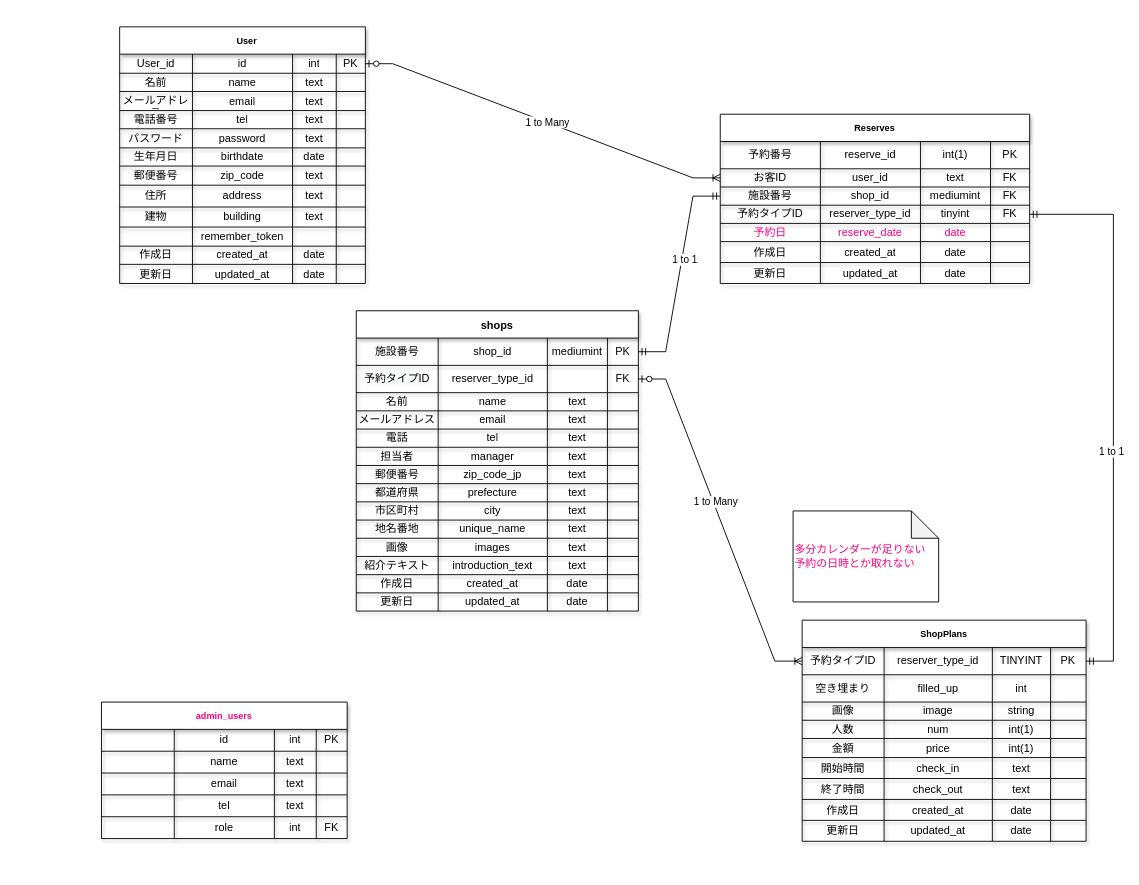
The draw.io diagram page "ER図" (1 of 2) of PlanFolder/施設予約サイトER図.drawio in yasukawa123/institution_search, before the edit. Source tidied: cells renumbered, new cells numbered last; positions are measured from the earlier drawing's top-left corner, leaving out a move shared by most shapes. Both pictures are drawn from the tidied source at 91%, with x=0, y=0 at pixel (101, 26).
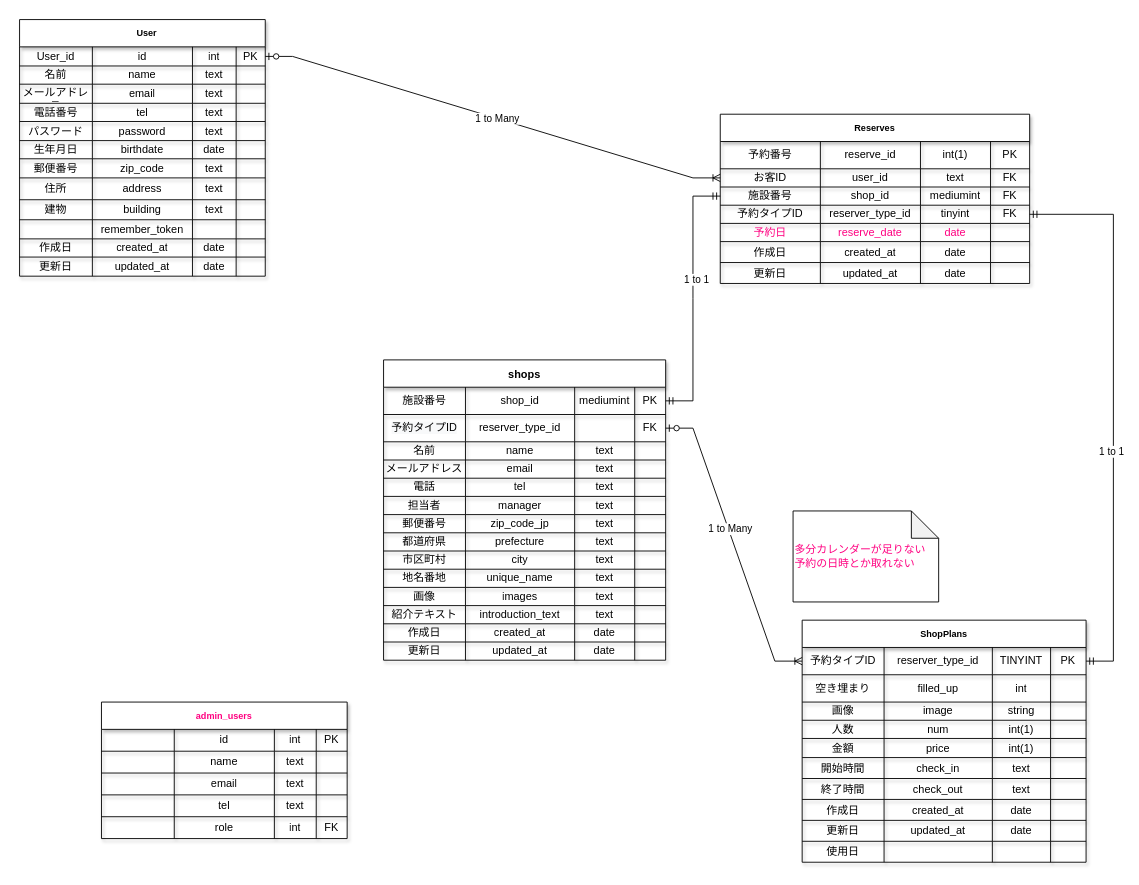
After the change.

Change to the diagram source:
```diff
@@
     <mxCell id="28" value="shops" style="shape=table;startSize=30;childLayout=tableLayout;fontStyle=1;align=center;shadow=1;" parent="1" vertex="1">
-      <mxGeometry x="280" y="312" width="310" height="330" as="geometry" />
+      <mxGeometry x="310" y="366" width="310" height="330" as="geometry" />
     </mxCell>
@@
     <mxCell id="99" value="　User" style="shape=table;startSize=30;childLayout=tableLayout;fontStyle=1;align=center;shadow=1;fontSize=10;" parent="1" vertex="1">
-      <mxGeometry x="20" width="270" height="282" as="geometry" />
+      <mxGeometry x="-90" y="-8" width="270" height="282" as="geometry" />
     </mxCell>
@@
     <mxCell id="196" value="ShopPlans" style="shape=table;startSize=30;childLayout=tableLayout;fontStyle=1;align=center;shadow=1;fontSize=10;" parent="1" vertex="1">
-      <mxGeometry x="770" y="652" width="312" height="243" as="geometry" />
+      <mxGeometry x="770" y="652" width="312" height="266" as="geometry" />
     </mxCell>
@@
+    <mxCell id="251" style="shape=tableRow;horizontal=0;startSize=0;swimlaneHead=0;swimlaneBody=0;top=0;left=0;bottom=0;right=0;fillColor=none;shadow=1;" parent="196" vertex="1">
+      <mxGeometry y="243" width="312" height="23" as="geometry" />
+    </mxCell>
+    <mxCell id="252" value="使用日" style="shape=partialRectangle;html=1;whiteSpace=wrap;fillColor=none;top=0;left=0;bottom=0;right=0;overflow=hidden;shadow=1;" parent="251" vertex="1">
+      <mxGeometry width="90" height="23" as="geometry" />
+    </mxCell>
+    <mxCell id="253" style="shape=partialRectangle;html=1;whiteSpace=wrap;fillColor=none;top=0;left=0;bottom=0;right=0;overflow=hidden;shadow=1;" parent="251" vertex="1">
+      <mxGeometry x="90" width="119" height="23" as="geometry" />
+    </mxCell>
+    <mxCell id="254" style="shape=partialRectangle;html=1;whiteSpace=wrap;fillColor=none;top=0;left=0;bottom=0;right=0;overflow=hidden;shadow=1;" parent="251" vertex="1">
+      <mxGeometry x="209" width="64" height="23" as="geometry" />
+    </mxCell>
+    <mxCell id="255" style="shape=partialRectangle;html=1;whiteSpace=wrap;fillColor=none;top=0;left=0;bottom=0;right=0;overflow=hidden;shadow=1;" parent="251" vertex="1">
+      <mxGeometry x="273" width="39" height="23" as="geometry" />
+    </mxCell>
```
